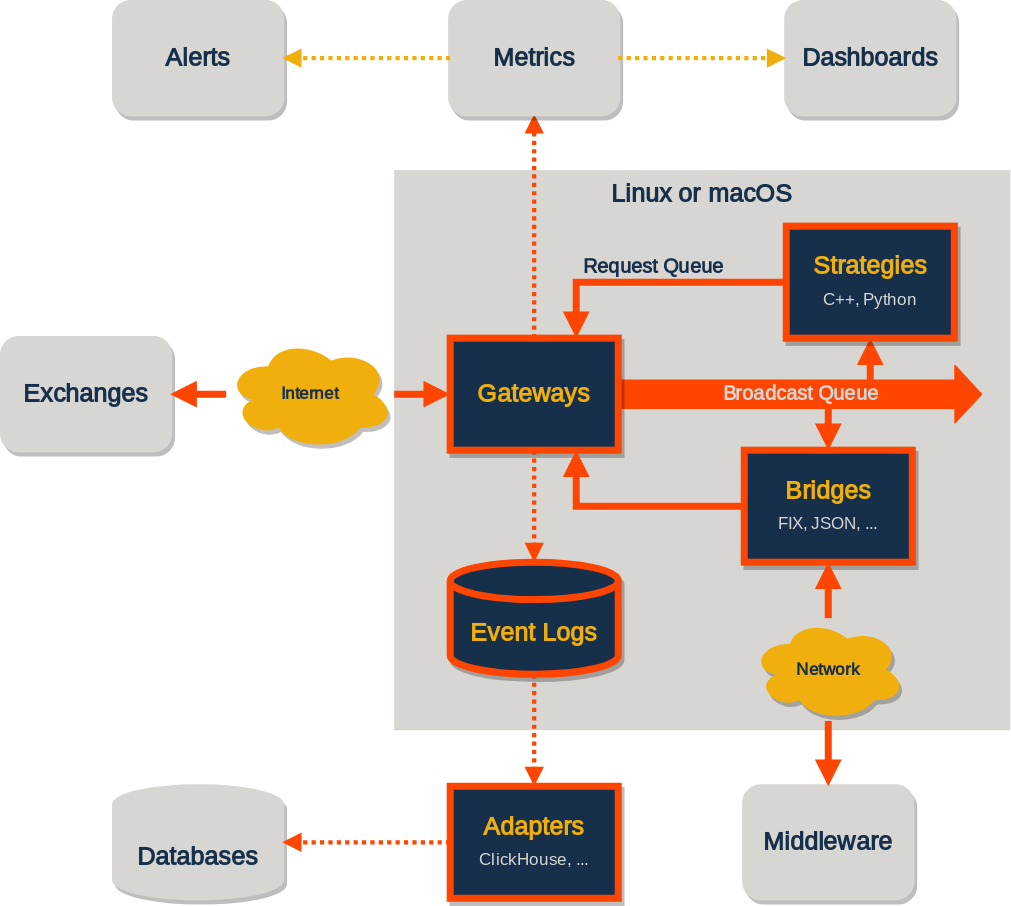
This is profile/architecture_reference.svg from roq-trading/.github, a draw.io export, as it was before one commit. Source tidied: cells renumbered, new cells last; positions are measured from the earlier drawing's top-left corner, leaving out a move shared by most shapes.
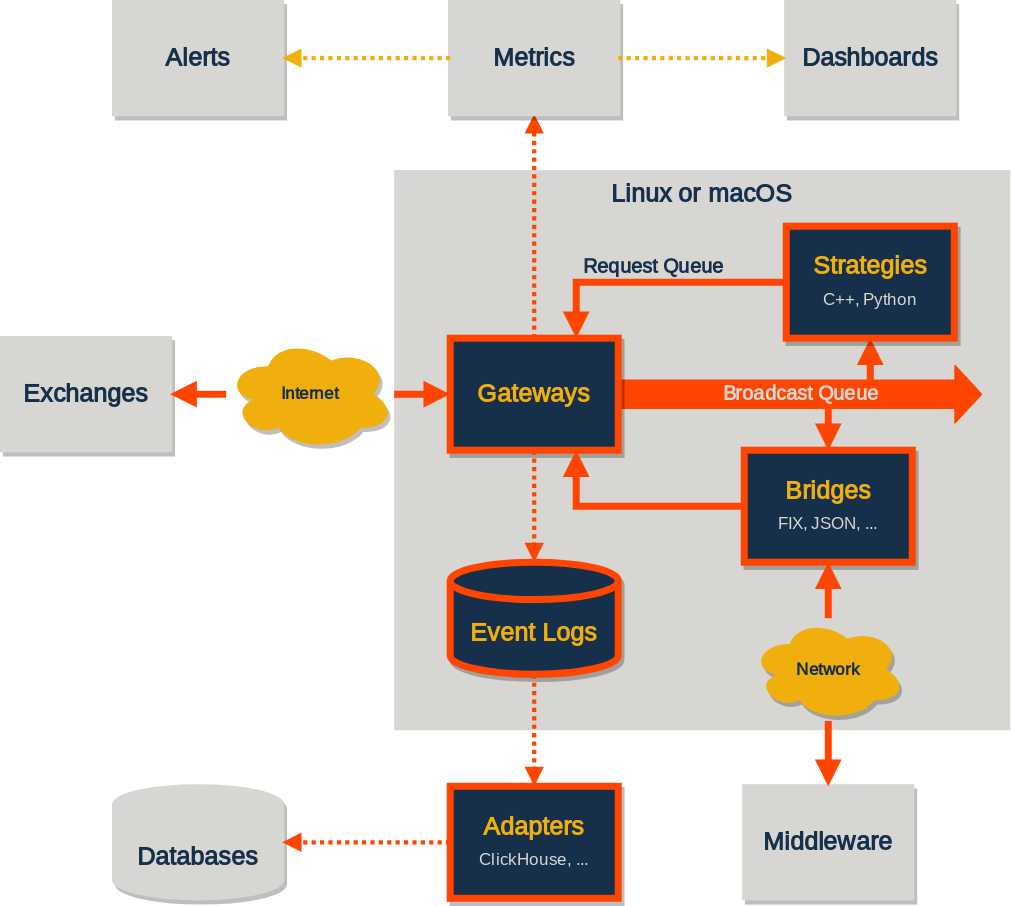
Above is the later version.

Change to the diagram source:
```diff
@@ -38,7 +38,7 @@
     <mxCell id="11" value="&lt;b&gt;&lt;font color=&quot;#f0af0d&quot;&gt;Bridges&lt;/font&gt;&lt;/b&gt;&lt;font style=&quot;font-size: 12px;&quot;&gt;&lt;br style=&quot;&quot;&gt;&lt;font color=&quot;#d7d6d2&quot;&gt;FIX, JSON, ...&lt;/font&gt;&lt;/font&gt;" style="rounded=0;whiteSpace=wrap;html=1;fontStyle=0;fontColor=#FFFFFF;fillColor=#16304b;strokeColor=#ff4500;strokeWidth=5;fontFamily=Quattrocento Sans;fontSource=https%3A%2F%2Ffonts.googleapis.com%2Fcss%3Ffamily%3DQuattrocento%2BSans;fontSize=18;shadow=1;" parent="1" vertex="1">
       <mxGeometry x="530" y="320" width="120" height="80" as="geometry" />
     </mxCell>
-    <mxCell id="12" value="Exchanges" style="rounded=1;whiteSpace=wrap;html=1;labelBackgroundColor=none;fontStyle=1;fontColor=#16304B;fillColor=#D7D6D2;strokeColor=#D7D6D2;strokeWidth=3;fontFamily=Quattrocento Sans;fontSource=https%3A%2F%2Ffonts.googleapis.com%2Fcss%3Ffamily%3DQuattrocento%2BSans;fontSize=18;shadow=1;" parent="1" vertex="1">
+    <mxCell id="12" value="Exchanges" style="rounded=0;whiteSpace=wrap;html=1;labelBackgroundColor=none;fontStyle=1;fontColor=#16304B;fillColor=#D7D6D2;strokeColor=#D7D6D2;strokeWidth=3;fontFamily=Quattrocento Sans;fontSource=https%3A%2F%2Ffonts.googleapis.com%2Fcss%3Ffamily%3DQuattrocento%2BSans;fontSize=18;shadow=1;" parent="1" vertex="1">
       <mxGeometry y="240" width="120" height="80" as="geometry" />
     </mxCell>
     <mxCell id="13" value="&lt;font color=&quot;#f0af0d&quot;&gt;&lt;br style=&quot;font-size: 18px;&quot;&gt;Event Logs&lt;/font&gt;" style="strokeWidth=5;html=1;shape=mxgraph.flowchart.database;whiteSpace=wrap;strokeColor=#FF4500;fillColor=#16304B;fontColor=#FFFFFF;verticalAlign=middle;fontFamily=Quattrocento Sans;fontSource=https%3A%2F%2Ffonts.googleapis.com%2Fcss%3Ffamily%3DQuattrocento%2BSans;fontSize=18;fontStyle=1;shadow=1;" parent="1" vertex="1">
@@ -53,13 +53,13 @@
     <mxCell id="16" style="endArrow=block;startArrow=none;html=1;entryX=0;entryY=0.5;entryDx=0;entryDy=0;endFill=1;strokeWidth=5;startFill=1;strokeColor=#ff4500;fontFamily=Quattrocento Sans;fontSource=https%3A%2F%2Ffonts.googleapis.com%2Fcss%3Ffamily%3DQuattrocento%2BSans;fontSize=14;" parent="1" edge="1" source="29" target="9">
       <mxGeometry relative="1" as="geometry" />
     </mxCell>
-    <mxCell id="17" value="Metrics" style="rounded=1;whiteSpace=wrap;html=1;labelBackgroundColor=none;fontStyle=1;fontColor=#16304B;fillColor=#D7D6D2;strokeColor=#D7D6D2;strokeWidth=3;fontFamily=Quattrocento Sans;fontSource=https%3A%2F%2Ffonts.googleapis.com%2Fcss%3Ffamily%3DQuattrocento%2BSans;fontSize=18;shadow=1;" parent="1" vertex="1">
+    <mxCell id="17" value="Metrics" style="rounded=0;whiteSpace=wrap;html=1;labelBackgroundColor=none;fontStyle=1;fontColor=#16304B;fillColor=#D7D6D2;strokeColor=#D7D6D2;strokeWidth=3;fontFamily=Quattrocento Sans;fontSource=https%3A%2F%2Ffonts.googleapis.com%2Fcss%3Ffamily%3DQuattrocento%2BSans;fontSize=18;shadow=1;" parent="1" vertex="1">
       <mxGeometry x="320" width="120" height="80" as="geometry" />
     </mxCell>
-    <mxCell id="18" value="Dashboards" style="rounded=1;whiteSpace=wrap;html=1;labelBackgroundColor=none;fontStyle=1;fontColor=#16304B;fillColor=#D7D6D2;strokeColor=#D7D6D2;strokeWidth=3;fontFamily=Quattrocento Sans;fontSource=https%3A%2F%2Ffonts.googleapis.com%2Fcss%3Ffamily%3DQuattrocento%2BSans;fontSize=18;shadow=1;" parent="1" vertex="1">
+    <mxCell id="18" value="Dashboards" style="rounded=0;whiteSpace=wrap;html=1;labelBackgroundColor=none;fontStyle=1;fontColor=#16304B;fillColor=#D7D6D2;strokeColor=#D7D6D2;strokeWidth=3;fontFamily=Quattrocento Sans;fontSource=https%3A%2F%2Ffonts.googleapis.com%2Fcss%3Ffamily%3DQuattrocento%2BSans;fontSize=18;shadow=1;" parent="1" vertex="1">
       <mxGeometry x="560" width="120" height="80" as="geometry" />
     </mxCell>
-    <mxCell id="19" value="Alerts" style="rounded=1;whiteSpace=wrap;html=1;labelBackgroundColor=none;fontStyle=1;fontColor=#16304B;fillColor=#D7D6D2;strokeColor=#D7D6D2;strokeWidth=3;fontFamily=Quattrocento Sans;fontSource=https%3A%2F%2Ffonts.googleapis.com%2Fcss%3Ffamily%3DQuattrocento%2BSans;fontSize=18;shadow=1;" parent="1" vertex="1">
+    <mxCell id="19" value="Alerts" style="rounded=0;whiteSpace=wrap;html=1;labelBackgroundColor=none;fontStyle=1;fontColor=#16304B;fillColor=#D7D6D2;strokeColor=#D7D6D2;strokeWidth=3;fontFamily=Quattrocento Sans;fontSource=https%3A%2F%2Ffonts.googleapis.com%2Fcss%3Ffamily%3DQuattrocento%2BSans;fontSize=18;shadow=1;" parent="1" vertex="1">
       <mxGeometry x="80" width="120" height="80" as="geometry" />
     </mxCell>
     <mxCell id="20" style="endArrow=block;html=1;strokeWidth=3;endFill=1;strokeColor=#F0AF0D;exitX=0;exitY=0.5;exitDx=0;exitDy=0;entryX=1;entryY=0.5;entryDx=0;entryDy=0;dashed=1;dashPattern=1 1;fontColor=#000000;fontFamily=Quattrocento Sans;fontSource=https%3A%2F%2Ffonts.googleapis.com%2Fcss%3Ffamily%3DQuattrocento%2BSans;fontSize=14;" parent="1" edge="1" source="17" target="19">
@@ -77,7 +77,7 @@
     <mxCell id="24" value="Request Queue" style="edgeStyle=orthogonalEdgeStyle;rounded=0;jettySize=auto;html=1;exitX=0;exitY=0.5;exitDx=0;exitDy=0;entryX=0.75;entryY=0;entryDx=0;entryDy=0;strokeWidth=5;endArrow=block;endFill=1;strokeColor=#ff4500;labelBackgroundColor=none;labelPosition=center;verticalLabelPosition=top;align=center;verticalAlign=bottom;fontFamily=Quattrocento Sans;fontSource=https%3A%2F%2Ffonts.googleapis.com%2Fcss%3Ffamily%3DQuattrocento%2BSans;fontSize=14;fontColor=#16304B;fontStyle=1;" parent="1" edge="1" source="10" target="9">
       <mxGeometry relative="1" as="geometry" />
     </mxCell>
-    <mxCell id="25" value="Middleware" style="rounded=1;whiteSpace=wrap;html=1;labelBackgroundColor=none;fontStyle=1;fontColor=#16304B;fillColor=#D7D6D2;strokeColor=#D7D6D2;strokeWidth=3;fontFamily=Quattrocento Sans;fontSource=https%3A%2F%2Ffonts.googleapis.com%2Fcss%3Ffamily%3DQuattrocento%2BSans;fontSize=18;shadow=1;" parent="1" vertex="1">
+    <mxCell id="25" value="Middleware" style="rounded=0;whiteSpace=wrap;html=1;labelBackgroundColor=none;fontStyle=1;fontColor=#16304B;fillColor=#D7D6D2;strokeColor=#D7D6D2;strokeWidth=3;fontFamily=Quattrocento Sans;fontSource=https%3A%2F%2Ffonts.googleapis.com%2Fcss%3Ffamily%3DQuattrocento%2BSans;fontSize=18;shadow=1;" parent="1" vertex="1">
       <mxGeometry x="530" y="560" width="120" height="80" as="geometry" />
     </mxCell>
     <mxCell id="26" style="endArrow=block;html=1;strokeWidth=5;endFill=1;strokeColor=#FF4500;entryX=0.5;entryY=0;entryDx=0;entryDy=0;startArrow=none;startFill=1;labelPosition=right;verticalLabelPosition=middle;align=left;verticalAlign=middle;labelBackgroundColor=none;exitX=0.5;exitY=1;exitDx=0;exitDy=0;fontFamily=Quattrocento Sans;fontSource=https%3A%2F%2Ffonts.googleapis.com%2Fcss%3Ffamily%3DQuattrocento%2BSans;fontSize=14;" parent="1" edge="1" source="27" target="25">
```
